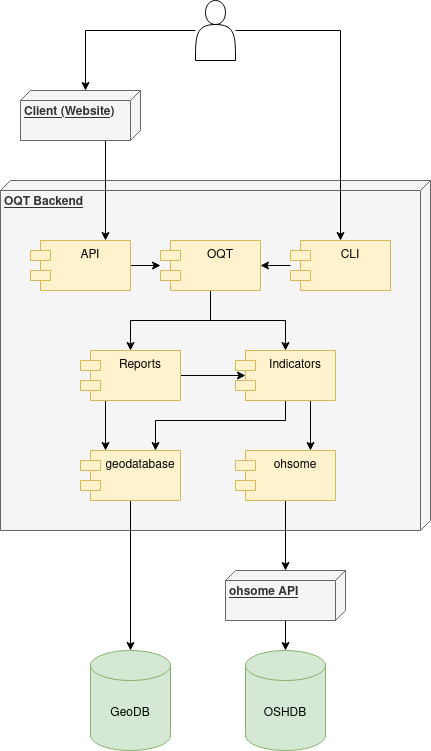
GIScience/ohsome-quality-api keeps this draw.io diagram as docs/UML-Component-Diagram.png. Above is the earlier version. Source tidied: cells renumbered, new cells last; positions are measured from the earlier drawing's top-left corner, leaving out a move shared by most shapes.
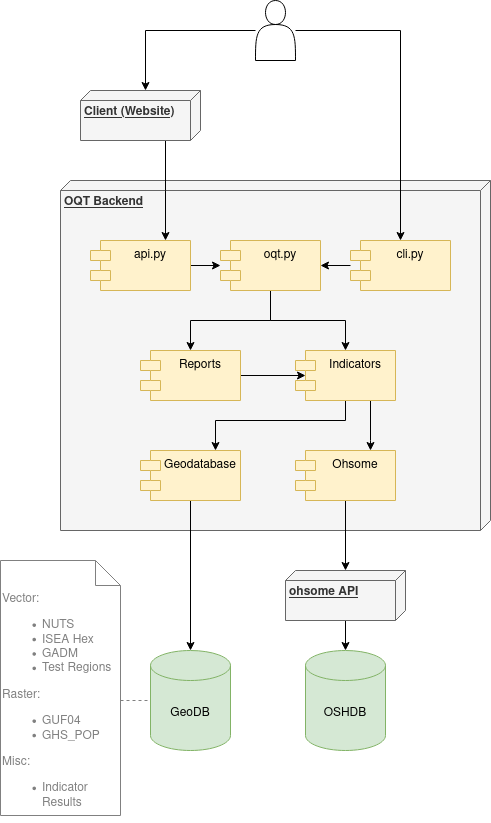
The same diagram one commit later.

Commit message:
Add note on which datasets are available.

What changed in the source:
```diff
@@ -8,7 +8,7 @@
     <mxCell id="3" style="edgeStyle=orthogonalEdgeStyle;rounded=0;jettySize=auto;html=1;" parent="1" edge="1" source="4" target="7">
       <mxGeometry relative="1" as="geometry" />
     </mxCell>
-    <mxCell id="4" value="API" style="shape=module;align=left;spacingLeft=20;align=center;verticalAlign=top;fillColor=#fff2cc;strokeColor=#d6b656;" parent="1" vertex="1">
+    <mxCell id="4" value="api.py" style="shape=module;align=left;spacingLeft=20;align=center;verticalAlign=top;fillColor=#fff2cc;strokeColor=#d6b656;" parent="1" vertex="1">
       <mxGeometry x="30" y="240" width="100" height="50" as="geometry" />
     </mxCell>
     <mxCell id="5" style="edgeStyle=orthogonalEdgeStyle;rounded=0;jettySize=auto;html=1;exitX=0.5;exitY=1;exitDx=0;exitDy=0;entryX=0.5;entryY=0;entryDx=0;entryDy=0;" parent="1" edge="1" source="7" target="12">
@@ -17,21 +17,18 @@
     <mxCell id="6" style="edgeStyle=orthogonalEdgeStyle;rounded=0;jettySize=auto;html=1;exitX=0.5;exitY=1;exitDx=0;exitDy=0;" parent="1" edge="1" source="7" target="15">
       <mxGeometry relative="1" as="geometry" />
     </mxCell>
-    <mxCell id="7" value="OQT" style="shape=module;align=left;spacingLeft=20;align=center;verticalAlign=top;fillColor=#fff2cc;strokeColor=#d6b656;" parent="1" vertex="1">
+    <mxCell id="7" value="oqt.py" style="shape=module;align=left;spacingLeft=20;align=center;verticalAlign=top;fillColor=#fff2cc;strokeColor=#d6b656;" parent="1" vertex="1">
       <mxGeometry x="160" y="240" width="100" height="50" as="geometry" />
     </mxCell>
     <mxCell id="8" style="edgeStyle=orthogonalEdgeStyle;rounded=0;jettySize=auto;html=1;entryX=1;entryY=0.5;entryDx=0;entryDy=0;" parent="1" edge="1" source="9" target="7">
       <mxGeometry relative="1" as="geometry" />
     </mxCell>
-    <mxCell id="9" value="CLI" style="shape=module;align=left;spacingLeft=20;align=center;verticalAlign=top;fillColor=#fff2cc;strokeColor=#d6b656;" parent="1" vertex="1">
+    <mxCell id="9" value="cli.py" style="shape=module;align=left;spacingLeft=20;align=center;verticalAlign=top;fillColor=#fff2cc;strokeColor=#d6b656;" parent="1" vertex="1">
       <mxGeometry x="290" y="240" width="100" height="50" as="geometry" />
     </mxCell>
     <mxCell id="10" style="edgeStyle=orthogonalEdgeStyle;rounded=0;jettySize=auto;html=1;entryX=0.1;entryY=0.5;entryDx=0;entryDy=0;entryPerimeter=0;" parent="1" edge="1" source="12" target="15">
       <mxGeometry relative="1" as="geometry" />
     </mxCell>
-    <mxCell id="11" style="edgeStyle=orthogonalEdgeStyle;rounded=0;jettySize=auto;html=1;exitX=0.25;exitY=1;exitDx=0;exitDy=0;entryX=0.25;entryY=0;entryDx=0;entryDy=0;" parent="1" edge="1" source="12" target="28">
-      <mxGeometry relative="1" as="geometry" />
-    </mxCell>
     <mxCell id="12" value="Reports" style="shape=module;align=left;spacingLeft=20;align=center;verticalAlign=top;fillColor=#fff2cc;strokeColor=#d6b656;" parent="1" vertex="1">
       <mxGeometry x="80" y="350" width="100" height="50" as="geometry" />
     </mxCell>
@@ -84,14 +81,20 @@
     <mxCell id="25" value="GeoDB" style="shape=cylinder3;whiteSpace=wrap;html=1;boundedLbl=1;backgroundOutline=1;size=15;strokeColor=#82b366;fillColor=#d5e8d4;" parent="1" vertex="1">
       <mxGeometry x="90" y="650" width="80" height="100" as="geometry" />
     </mxCell>
-    <mxCell id="26" value="ohsome" style="shape=module;align=left;spacingLeft=20;align=center;verticalAlign=top;fillColor=#fff2cc;strokeColor=#d6b656;" parent="1" vertex="1">
+    <mxCell id="26" value="Ohsome" style="shape=module;align=left;spacingLeft=20;align=center;verticalAlign=top;fillColor=#fff2cc;strokeColor=#d6b656;" parent="1" vertex="1">
       <mxGeometry x="235" y="450" width="100" height="50" as="geometry" />
     </mxCell>
     <mxCell id="27" style="edgeStyle=orthogonalEdgeStyle;rounded=0;jettySize=auto;html=1;exitX=0.5;exitY=1;exitDx=0;exitDy=0;entryX=0.5;entryY=0;entryDx=0;entryDy=0;entryPerimeter=0;" parent="1" edge="1" source="28" target="25">
       <mxGeometry relative="1" as="geometry" />
     </mxCell>
-    <mxCell id="28" value="geodatabase" style="shape=module;align=left;spacingLeft=20;align=center;verticalAlign=top;fillColor=#fff2cc;strokeColor=#d6b656;" parent="1" vertex="1">
+    <mxCell id="28" value="Geodatabase" style="shape=module;align=left;spacingLeft=20;align=center;verticalAlign=top;fillColor=#fff2cc;strokeColor=#d6b656;" parent="1" vertex="1">
       <mxGeometry x="80" y="450" width="100" height="50" as="geometry" />
     </mxCell>
+    <mxCell id="29" style="edgeStyle=orthogonalEdgeStyle;rounded=0;jettySize=auto;html=1;exitX=0;exitY=0;exitDx=120;exitDy=140;exitPerimeter=0;entryX=0;entryY=0.5;entryDx=0;entryDy=0;entryPerimeter=0;fontColor=#808080;endArrow=none;endFill=0;dashed=1;strokeColor=#808080;" parent="1" edge="1" source="30" target="25">
+      <mxGeometry relative="1" as="geometry" />
+    </mxCell>
+    <mxCell id="30" value="Vector:&lt;ul&gt;&lt;li&gt;NUTS&lt;/li&gt;&lt;li&gt;ISEA Hex&lt;/li&gt;&lt;li&gt;GADM&lt;/li&gt;&lt;li&gt;Test Regions&lt;/li&gt;&lt;/ul&gt;Raster:&lt;ul&gt;&lt;li&gt;GUF04&lt;/li&gt;&lt;li&gt;GHS_POP&lt;/li&gt;&lt;/ul&gt;&lt;div&gt;Misc:&lt;/div&gt;&lt;div&gt;&lt;ul&gt;&lt;li&gt;Indicator Results&lt;/li&gt;&lt;/ul&gt;&lt;/div&gt;" style="shape=note2;boundedLbl=1;whiteSpace=wrap;html=1;size=25;verticalAlign=top;align=left;strokeColor=#808080;fontColor=#808080;" parent="1" vertex="1">
+      <mxGeometry x="-60" y="560" width="120" height="255" as="geometry" />
+    </mxCell>
   </root>
 </mxGraphModel>
```
